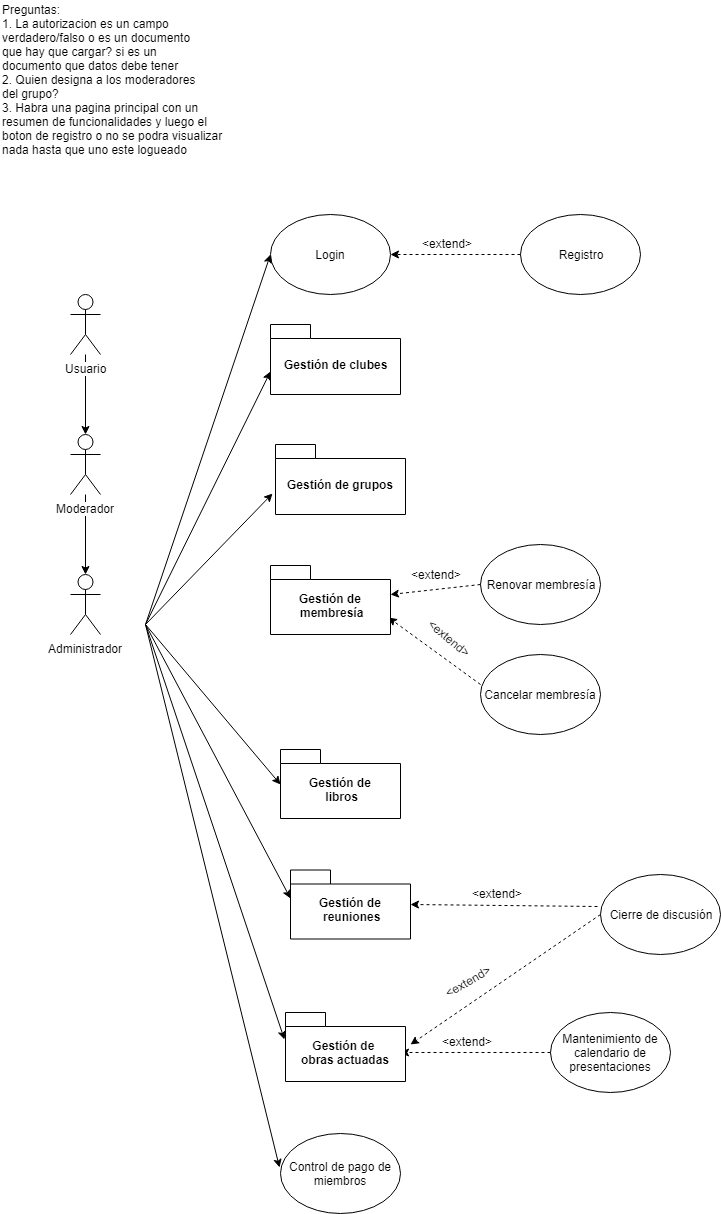
The draw.io diagram Docs/RC UC.png in metalsonic21/SBD1-Reading-club, before a commit. Source tidied: cells renumbered, new cells last; positions are measured from the earlier drawing's top-left corner, leaving out a move shared by most shapes. The source it was exported from:
```xml
<mxGraphModel>
  <root>
    <mxCell id="0" />
    <mxCell id="1" parent="0" />
    <mxCell id="2" style="edgeStyle=orthogonalEdgeStyle;rounded=0;jettySize=auto;html=1;" parent="1" edge="1" source="3" target="5">
      <mxGeometry relative="1" as="geometry" />
    </mxCell>
    <mxCell id="3" value="Usuario" style="shape=umlActor;verticalLabelPosition=bottom;labelBackgroundColor=#ffffff;verticalAlign=top;html=1;outlineConnect=0;" parent="1" vertex="1">
      <mxGeometry x="70" y="294" width="30" height="60" as="geometry" />
    </mxCell>
    <mxCell id="4" style="edgeStyle=orthogonalEdgeStyle;rounded=0;jettySize=auto;html=1;" parent="1" edge="1" source="5" target="6">
      <mxGeometry relative="1" as="geometry" />
    </mxCell>
    <mxCell id="5" value="Moderador" style="shape=umlActor;verticalLabelPosition=bottom;labelBackgroundColor=#ffffff;verticalAlign=top;html=1;outlineConnect=0;" parent="1" vertex="1">
      <mxGeometry x="70" y="434" width="30" height="60" as="geometry" />
    </mxCell>
    <mxCell id="6" value="Administrador" style="shape=umlActor;verticalLabelPosition=bottom;labelBackgroundColor=#ffffff;verticalAlign=top;html=1;outlineConnect=0;" parent="1" vertex="1">
      <mxGeometry x="70" y="574" width="30" height="60" as="geometry" />
    </mxCell>
    <mxCell id="7" value="Preguntas:&lt;br&gt;1. La autorizacion es un campo&amp;nbsp;&lt;br&gt;verdadero/falso o es un documento&lt;br&gt;que hay que cargar? si es un&lt;br&gt;documento que datos debe tener&lt;br&gt;2. Quien designa a los moderadores&lt;br&gt;del grupo?&lt;br&gt;3. Habra una pagina principal con un&lt;br&gt;resumen de funcionalidades y luego el&lt;br&gt;boton de registro o no se podra visualizar&lt;br&gt;nada hasta que&amp;nbsp;uno este logueado" style="text;html=1;align=left;verticalAlign=top;spacingTop=-4;" parent="1" vertex="1">
      <mxGeometry width="240" height="150" as="geometry" />
    </mxCell>
    <mxCell id="8" value="Renovar membresía" style="ellipse;whiteSpace=wrap;html=1;" parent="1" vertex="1">
      <mxGeometry x="480" y="544" width="120" height="80" as="geometry" />
    </mxCell>
    <mxCell id="9" value="Cancelar membresía" style="ellipse;whiteSpace=wrap;html=1;" parent="1" vertex="1">
      <mxGeometry x="480" y="654" width="120" height="80" as="geometry" />
    </mxCell>
    <mxCell id="10" value="Cierre de discusión" style="ellipse;whiteSpace=wrap;html=1;" parent="1" vertex="1">
      <mxGeometry x="600" y="874" width="120" height="80" as="geometry" />
    </mxCell>
    <mxCell id="11" value="Control de pago de miembros" style="ellipse;whiteSpace=wrap;html=1;" parent="1" vertex="1">
      <mxGeometry x="280" y="1133" width="120" height="80" as="geometry" />
    </mxCell>
    <mxCell id="12" value="Mantenimiento de calendario de presentaciones" style="ellipse;whiteSpace=wrap;html=1;" parent="1" vertex="1">
      <mxGeometry x="550" y="1012" width="120" height="80" as="geometry" />
    </mxCell>
    <mxCell id="13" value="Login" style="ellipse;whiteSpace=wrap;html=1;" parent="1" vertex="1">
      <mxGeometry x="270" y="214" width="120" height="80" as="geometry" />
    </mxCell>
    <mxCell id="14" value="Registro" style="ellipse;whiteSpace=wrap;html=1;" parent="1" vertex="1">
      <mxGeometry x="520" y="214" width="120" height="80" as="geometry" />
    </mxCell>
    <mxCell id="15" style="endArrow=classic;html=1;entryX=0;entryY=0.5;entryDx=0;entryDy=0;" parent="1" edge="1">
      <mxGeometry relative="1" as="geometry">
        <mxPoint x="145" y="624" as="sourcePoint" />
        <mxPoint x="270" y="371" as="targetPoint" />
      </mxGeometry>
    </mxCell>
    <mxCell id="16" style="endArrow=classic;html=1;entryX=0.017;entryY=0.613;entryDx=0;entryDy=0;entryPerimeter=0;" parent="1" edge="1">
      <mxGeometry relative="1" as="geometry">
        <mxPoint x="145" y="624" as="sourcePoint" />
        <mxPoint x="272" y="493" as="targetPoint" />
      </mxGeometry>
    </mxCell>
    <mxCell id="17" style="endArrow=classic;html=1;entryX=0;entryY=0.5;entryDx=0;entryDy=0;" parent="1" edge="1">
      <mxGeometry relative="1" as="geometry">
        <mxPoint x="145" y="624" as="sourcePoint" />
        <mxPoint x="280" y="784" as="targetPoint" />
      </mxGeometry>
    </mxCell>
    <mxCell id="18" style="endArrow=classic;html=1;entryX=0;entryY=0.5;entryDx=0;entryDy=0;" parent="1" edge="1" target="13">
      <mxGeometry relative="1" as="geometry">
        <mxPoint x="145" y="624" as="sourcePoint" />
      </mxGeometry>
    </mxCell>
    <mxCell id="19" style="endArrow=classic;html=1;entryX=-0.008;entryY=0.425;entryDx=0;entryDy=0;entryPerimeter=0;" parent="1" edge="1" target="11">
      <mxGeometry relative="1" as="geometry">
        <mxPoint x="145" y="624" as="sourcePoint" />
      </mxGeometry>
    </mxCell>
    <mxCell id="20" style="endArrow=classic;html=1;entryX=0;entryY=0.425;entryDx=0;entryDy=0;entryPerimeter=0;" parent="1" edge="1">
      <mxGeometry relative="1" as="geometry">
        <mxPoint x="145" y="624" as="sourcePoint" />
        <mxPoint x="290" y="898" as="targetPoint" />
      </mxGeometry>
    </mxCell>
    <mxCell id="21" style="endArrow=classic;html=1;entryX=0.033;entryY=0.338;entryDx=0;entryDy=0;entryPerimeter=0;" parent="1" edge="1">
      <mxGeometry relative="1" as="geometry">
        <mxPoint x="145" y="624" as="sourcePoint" />
        <mxPoint x="284" y="1039" as="targetPoint" />
      </mxGeometry>
    </mxCell>
    <mxCell id="22" style="endArrow=classic;html=1;exitX=0;exitY=0.5;exitDx=0;exitDy=0;entryX=1;entryY=0.375;entryDx=0;entryDy=0;entryPerimeter=0;dashed=1;" parent="1" edge="1" source="8">
      <mxGeometry relative="1" as="geometry">
        <mxPoint x="390" y="594" as="targetPoint" />
      </mxGeometry>
    </mxCell>
    <mxCell id="23" style="endArrow=classic;html=1;exitX=0;exitY=0.375;exitDx=0;exitDy=0;dashed=1;exitPerimeter=0;entryX=0.983;entryY=0.663;entryDx=0;entryDy=0;entryPerimeter=0;" parent="1" edge="1" source="9">
      <mxGeometry relative="1" as="geometry">
        <mxPoint x="388" y="617" as="targetPoint" />
      </mxGeometry>
    </mxCell>
    <mxCell id="24" style="endArrow=classic;html=1;exitX=-0.025;exitY=0.4;exitDx=0;exitDy=0;dashed=1;entryX=1;entryY=0.5;entryDx=0;entryDy=0;exitPerimeter=0;" parent="1" edge="1" source="10">
      <mxGeometry relative="1" as="geometry">
        <mxPoint x="410" y="904" as="targetPoint" />
      </mxGeometry>
    </mxCell>
    <mxCell id="25" style="endArrow=classic;html=1;exitX=0;exitY=0.5;exitDx=0;exitDy=0;dashed=1;entryX=1;entryY=0.5;entryDx=0;entryDy=0;" parent="1" edge="1" source="12">
      <mxGeometry relative="1" as="geometry">
        <mxPoint x="400" y="1052" as="targetPoint" />
      </mxGeometry>
    </mxCell>
    <mxCell id="26" style="endArrow=classic;html=1;exitX=0;exitY=0.5;exitDx=0;exitDy=0;dashed=1;entryX=1;entryY=0.5;entryDx=0;entryDy=0;" parent="1" edge="1" source="14" target="13">
      <mxGeometry relative="1" as="geometry" />
    </mxCell>
    <mxCell id="27" value="&amp;lt;extend&amp;gt;" style="text;html=1;align=left;verticalAlign=top;spacingTop=-4;" parent="1" vertex="1">
      <mxGeometry x="409" y="565" width="70" height="20" as="geometry" />
    </mxCell>
    <mxCell id="28" value="&amp;lt;extend&amp;gt;" style="text;html=1;align=left;verticalAlign=top;spacingTop=-4;rotation=40;" parent="1" vertex="1">
      <mxGeometry x="420" y="634" width="70" height="20" as="geometry" />
    </mxCell>
    <mxCell id="29" value="&amp;lt;extend&amp;gt;" style="text;html=1;align=left;verticalAlign=top;spacingTop=-4;" parent="1" vertex="1">
      <mxGeometry x="470" y="884" width="70" height="20" as="geometry" />
    </mxCell>
    <mxCell id="30" value="&amp;lt;extend&amp;gt;" style="text;html=1;align=left;verticalAlign=top;spacingTop=-4;" parent="1" vertex="1">
      <mxGeometry x="440" y="1032" width="70" height="20" as="geometry" />
    </mxCell>
    <mxCell id="31" value="&amp;lt;extend&amp;gt;" style="text;html=1;align=left;verticalAlign=top;spacingTop=-4;" parent="1" vertex="1">
      <mxGeometry x="420" y="234" width="70" height="20" as="geometry" />
    </mxCell>
    <mxCell id="32" value="Gestión de clubes" style="shape=folder;fontStyle=1;spacingTop=10;tabWidth=40;tabHeight=14;tabPosition=left;html=1;" parent="1" vertex="1">
      <mxGeometry x="270" y="324" width="130" height="70" as="geometry" />
    </mxCell>
    <mxCell id="33" value="Gestión de grupos" style="shape=folder;fontStyle=1;spacingTop=10;tabWidth=40;tabHeight=14;tabPosition=left;html=1;" parent="1" vertex="1">
      <mxGeometry x="275" y="444" width="130" height="70" as="geometry" />
    </mxCell>
    <mxCell id="34" value="Gestión de &lt;br&gt;membresía" style="shape=folder;fontStyle=1;spacingTop=10;tabWidth=40;tabHeight=14;tabPosition=left;html=1;" parent="1" vertex="1">
      <mxGeometry x="270" y="565" width="120" height="69" as="geometry" />
    </mxCell>
    <mxCell id="35" value="Gestión de &lt;br&gt;libros" style="shape=folder;fontStyle=1;spacingTop=10;tabWidth=40;tabHeight=14;tabPosition=left;html=1;" parent="1" vertex="1">
      <mxGeometry x="280" y="749" width="120" height="69" as="geometry" />
    </mxCell>
    <mxCell id="36" value="Gestión de &lt;br&gt;reuniones" style="shape=folder;fontStyle=1;spacingTop=10;tabWidth=40;tabHeight=14;tabPosition=left;html=1;" parent="1" vertex="1">
      <mxGeometry x="290" y="869.5" width="120" height="69" as="geometry" />
    </mxCell>
    <mxCell id="37" value="Gestión de &lt;br&gt;obras actuadas" style="shape=folder;fontStyle=1;spacingTop=10;tabWidth=40;tabHeight=14;tabPosition=left;html=1;" parent="1" vertex="1">
      <mxGeometry x="285" y="1012" width="120" height="69" as="geometry" />
    </mxCell>
    <mxCell id="38" style="endArrow=classic;html=1;exitX=0;exitY=0.5;exitDx=0;exitDy=0;dashed=1;" parent="1" edge="1" source="10">
      <mxGeometry relative="1" as="geometry">
        <mxPoint x="410" y="1044" as="targetPoint" />
      </mxGeometry>
    </mxCell>
    <mxCell id="39" value="&amp;lt;extend&amp;gt;" style="text;html=1;align=left;verticalAlign=top;spacingTop=-4;rotation=-30;" parent="1" vertex="1">
      <mxGeometry x="440" y="968" width="70" height="20" as="geometry" />
    </mxCell>
  </root>
</mxGraphModel>
```
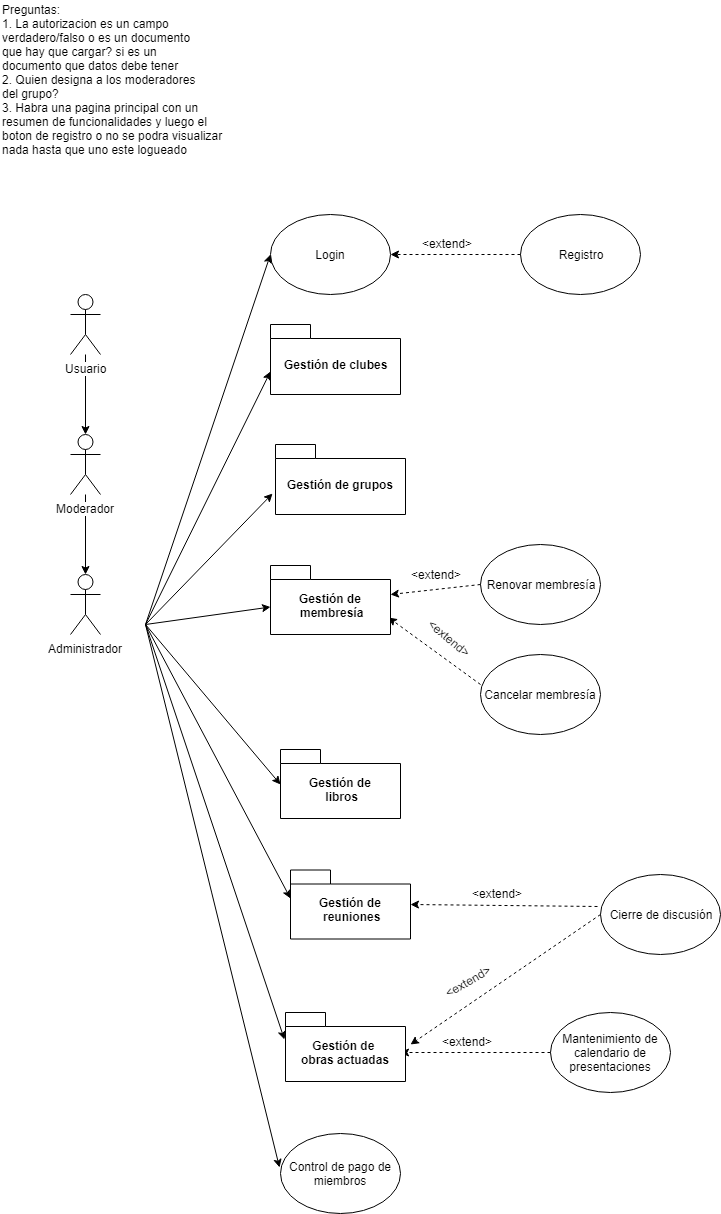
After the change.

Change to the diagram source:
```diff
@@ -145,5 +145,10 @@
     <mxCell id="39" value="&amp;lt;extend&amp;gt;" style="text;html=1;align=left;verticalAlign=top;spacingTop=-4;rotation=-30;" parent="1" vertex="1">
       <mxGeometry x="440" y="968" width="70" height="20" as="geometry" />
     </mxCell>
+    <mxCell id="40" style="endArrow=classic;html=1;entryX=0;entryY=0;entryDx=0;entryDy=41.5;entryPerimeter=0;" parent="1" edge="1" target="34">
+      <mxGeometry relative="1" as="geometry">
+        <mxPoint x="145" y="624" as="sourcePoint" />
+      </mxGeometry>
+    </mxCell>
   </root>
 </mxGraphModel>
```
